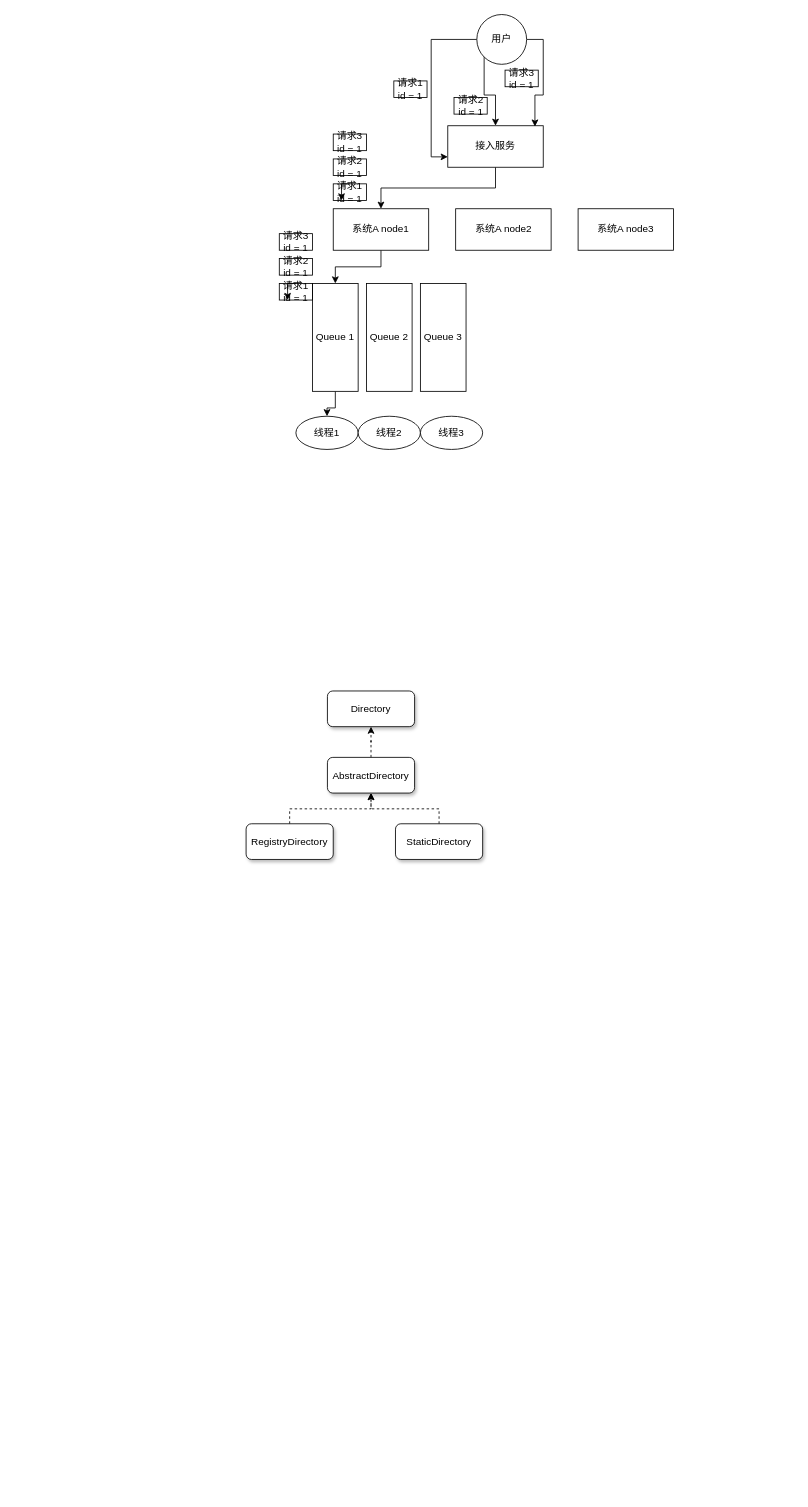
This is 面试题/drawio/dubbo面试题.drawio from codekeeperjava/Tech, a draw.io file, before an edit. Source tidied: cells renumbered, new cells numbered last; positions are measured from the earlier drawing's top-left corner, leaving out a move shared by most shapes. Both pictures are drawn from the tidied source at 83%, with x=0, y=0 at pixel (246, 14).
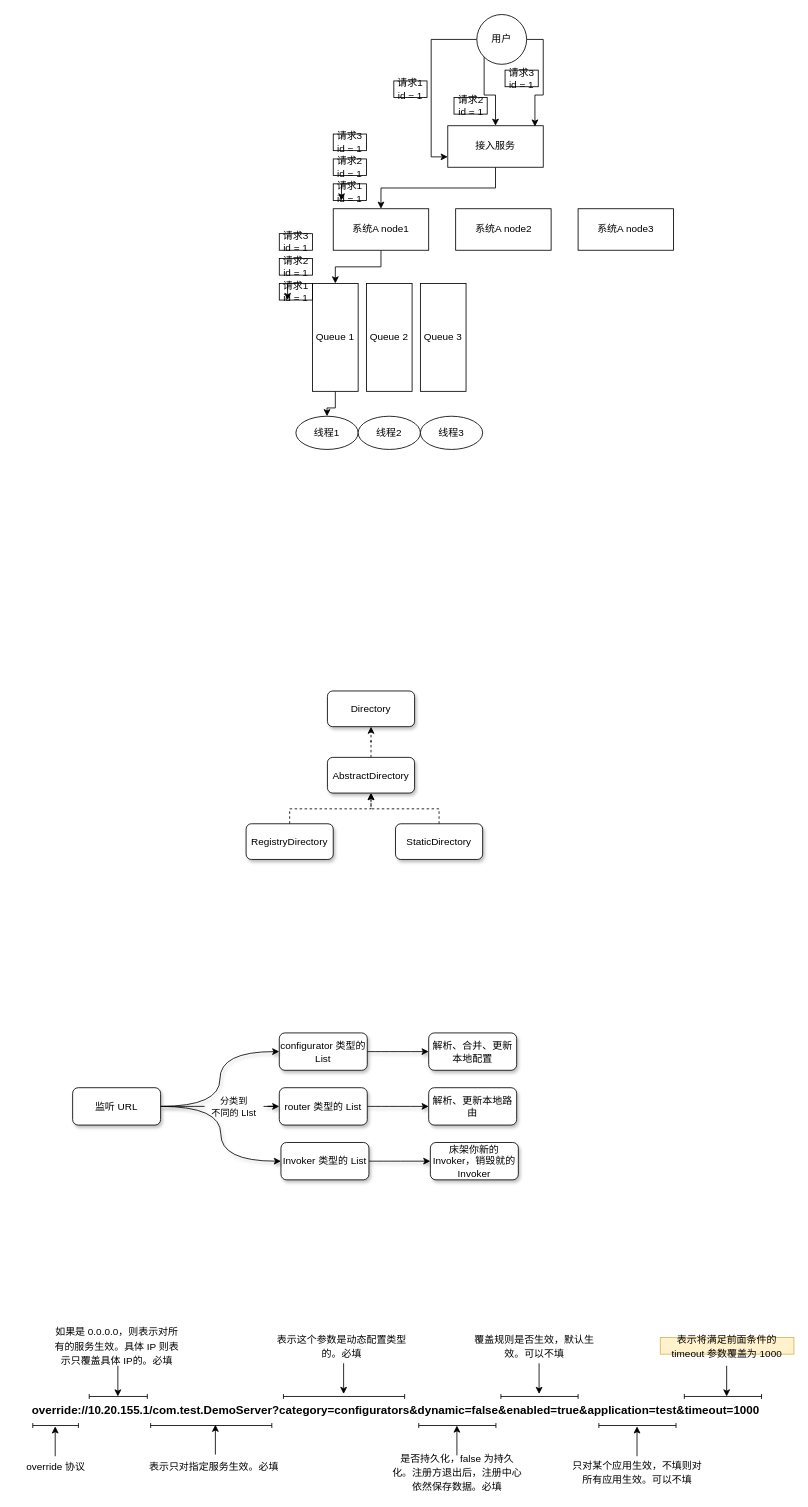
Above is the later version.

The edit, as a diff of the source:
```diff
@@
+    <mxCell id="37" style="edgeStyle=orthogonalEdgeStyle;curved=1;rounded=0;jettySize=auto;html=1;exitX=1;exitY=0.5;exitDx=0;exitDy=0;endArrow=classic;endFill=1;shadow=1;" parent="1" edge="1" source="38" target="49">
+      <mxGeometry relative="1" as="geometry" />
+    </mxCell>
+    <mxCell id="38" value="configurator 类型的 List" style="rounded=1;whiteSpace=wrap;html=1;shadow=1;" parent="1" vertex="1">
+      <mxGeometry x="40" y="1227" width="106" height="45" as="geometry" />
+    </mxCell>
+    <mxCell id="39" style="edgeStyle=orthogonalEdgeStyle;curved=1;rounded=0;jettySize=auto;html=1;exitX=1;exitY=0.5;exitDx=0;exitDy=0;endArrow=classic;endFill=1;shadow=1;" parent="1" edge="1" source="40" target="50">
+      <mxGeometry relative="1" as="geometry" />
+    </mxCell>
+    <mxCell id="40" value="router 类型的 List" style="rounded=1;whiteSpace=wrap;html=1;shadow=1;" parent="1" vertex="1">
+      <mxGeometry x="40" y="1293" width="106" height="45" as="geometry" />
+    </mxCell>
+    <mxCell id="41" style="edgeStyle=orthogonalEdgeStyle;curved=1;rounded=0;jettySize=auto;html=1;exitX=1;exitY=0.5;exitDx=0;exitDy=0;endArrow=classic;endFill=1;shadow=1;" parent="1" edge="1" source="42" target="51">
+      <mxGeometry relative="1" as="geometry" />
+    </mxCell>
+    <mxCell id="42" value="Invoker 类型的 List" style="rounded=1;whiteSpace=wrap;html=1;shadow=1;" parent="1" vertex="1">
+      <mxGeometry x="42" y="1359" width="106" height="45" as="geometry" />
+    </mxCell>
+    <mxCell id="43" style="edgeStyle=orthogonalEdgeStyle;rounded=0;jettySize=auto;html=1;exitX=1;exitY=0.5;exitDx=0;exitDy=0;entryX=0;entryY=0.5;entryDx=0;entryDy=0;elbow=vertical;curved=1;shadow=1;" parent="1" edge="1" source="46" target="38">
+      <mxGeometry relative="1" as="geometry" />
+    </mxCell>
+    <mxCell id="44" style="edgeStyle=orthogonalEdgeStyle;rounded=0;jettySize=auto;html=1;exitX=1;exitY=0.5;exitDx=0;exitDy=0;entryX=0;entryY=0.5;entryDx=0;entryDy=0;elbow=vertical;curved=1;shadow=1;" parent="1" edge="1" source="46" target="42">
+      <mxGeometry relative="1" as="geometry" />
+    </mxCell>
+    <mxCell id="45" style="edgeStyle=orthogonalEdgeStyle;curved=1;rounded=0;jettySize=auto;html=1;exitX=1;exitY=0.5;exitDx=0;exitDy=0;shadow=1;" parent="1" edge="1" source="47" target="40">
+      <mxGeometry relative="1" as="geometry" />
+    </mxCell>
+    <mxCell id="46" value="监听 URL" style="rounded=1;whiteSpace=wrap;html=1;shadow=1;" parent="1" vertex="1">
+      <mxGeometry x="-209" y="1293" width="106" height="45" as="geometry" />
+    </mxCell>
+    <mxCell id="47" value="&lt;span style=&quot;font-size: 11px&quot;&gt;分类到&lt;/span&gt;&lt;br style=&quot;font-size: 11px&quot;&gt;&lt;span style=&quot;font-size: 11px&quot;&gt;不同的 LIst&lt;/span&gt;" style="text;html=1;strokeColor=none;fillColor=none;align=center;verticalAlign=middle;whiteSpace=wrap;rounded=0;shadow=1;" parent="1" vertex="1">
+      <mxGeometry x="-50" y="1305.5" width="71" height="20" as="geometry" />
+    </mxCell>
+    <mxCell id="48" style="edgeStyle=orthogonalEdgeStyle;curved=1;rounded=0;jettySize=auto;html=1;exitX=1;exitY=0.5;exitDx=0;exitDy=0;endArrow=none;endFill=0;shadow=1;" parent="1" edge="1" source="46" target="47">
+      <mxGeometry relative="1" as="geometry" />
+    </mxCell>
+    <mxCell id="49" value="解析、合并、更新本地配置" style="rounded=1;whiteSpace=wrap;html=1;shadow=1;" parent="1" vertex="1">
+      <mxGeometry x="220" y="1227" width="106" height="45" as="geometry" />
+    </mxCell>
+    <mxCell id="50" value="解析、更新本地路由" style="rounded=1;whiteSpace=wrap;html=1;shadow=1;" parent="1" vertex="1">
+      <mxGeometry x="220" y="1293" width="106" height="45" as="geometry" />
+    </mxCell>
+    <mxCell id="51" value="床架你新的 Invoker，销毁就的 Invoker" style="rounded=1;whiteSpace=wrap;html=1;shadow=1;" parent="1" vertex="1">
+      <mxGeometry x="222" y="1359" width="106" height="45" as="geometry" />
+    </mxCell>
+    <mxCell id="52" value="override://10.20.155.1/com.test.DemoServer?category=configurators&amp;amp;dynamic=false&amp;amp;enabled=true&amp;amp;application=test&amp;amp;timeout=1000" style="text;html=1;strokeColor=none;fillColor=none;align=center;verticalAlign=middle;whiteSpace=wrap;rounded=0;shadow=1;fontSize=14;fontStyle=1;" parent="1" vertex="1">
+      <mxGeometry x="-275" y="1672" width="911" height="20" as="geometry" />
+    </mxCell>
+    <mxCell id="53" style="shape=crossbar;whiteSpace=wrap;html=1;rounded=1;shadow=0;fontSize=14;" parent="1" vertex="1">
+      <mxGeometry x="-257" y="1697" width="55" height="6" as="geometry" />
+    </mxCell>
+    <mxCell id="54" style="shape=crossbar;whiteSpace=wrap;html=1;rounded=1;shadow=0;fontSize=14;" parent="1" vertex="1">
+      <mxGeometry x="-189" y="1662" width="70" height="6" as="geometry" />
+    </mxCell>
+    <mxCell id="55" style="shape=crossbar;whiteSpace=wrap;html=1;rounded=1;shadow=0;fontSize=14;" parent="1" vertex="1">
+      <mxGeometry x="-115" y="1697" width="146" height="6" as="geometry" />
+    </mxCell>
+    <mxCell id="56" style="shape=crossbar;whiteSpace=wrap;html=1;rounded=1;shadow=0;fontSize=14;" parent="1" vertex="1">
+      <mxGeometry x="45" y="1662" width="146" height="6" as="geometry" />
+    </mxCell>
+    <mxCell id="57" style="shape=crossbar;whiteSpace=wrap;html=1;rounded=1;shadow=0;fontSize=14;" parent="1" vertex="1">
+      <mxGeometry x="208" y="1697" width="93" height="6" as="geometry" />
+    </mxCell>
+    <mxCell id="58" style="shape=crossbar;whiteSpace=wrap;html=1;rounded=1;shadow=0;fontSize=14;" parent="1" vertex="1">
+      <mxGeometry x="307" y="1662" width="93" height="6" as="geometry" />
+    </mxCell>
+    <mxCell id="59" style="shape=crossbar;whiteSpace=wrap;html=1;rounded=1;shadow=0;fontSize=14;" parent="1" vertex="1">
+      <mxGeometry x="425" y="1697" width="93" height="6" as="geometry" />
+    </mxCell>
+    <mxCell id="60" style="shape=crossbar;whiteSpace=wrap;html=1;rounded=1;shadow=0;fontSize=14;" parent="1" vertex="1">
+      <mxGeometry x="528" y="1662" width="93" height="6" as="geometry" />
+    </mxCell>
+    <mxCell id="61" style="endArrow=classic;html=1;shadow=0;fontSize=14;" parent="1" edge="1">
+      <mxGeometry relative="1" as="geometry">
+        <mxPoint x="-230" y="1737" as="sourcePoint" />
+        <mxPoint x="-230" y="1701" as="targetPoint" />
+      </mxGeometry>
+    </mxCell>
+    <mxCell id="62" style="endArrow=classic;html=1;shadow=0;fontSize=14;" parent="1" edge="1">
+      <mxGeometry relative="1" as="geometry">
+        <mxPoint x="-37" y="1735" as="sourcePoint" />
+        <mxPoint x="-37" y="1699" as="targetPoint" />
+      </mxGeometry>
+    </mxCell>
+    <mxCell id="63" style="endArrow=classic;html=1;shadow=0;fontSize=14;" parent="1" edge="1">
+      <mxGeometry relative="1" as="geometry">
+        <mxPoint x="254" y="1736" as="sourcePoint" />
+        <mxPoint x="254" y="1700" as="targetPoint" />
+      </mxGeometry>
+    </mxCell>
+    <mxCell id="64" style="endArrow=classic;html=1;shadow=0;fontSize=14;" parent="1" edge="1">
+      <mxGeometry relative="1" as="geometry">
+        <mxPoint x="471" y="1737" as="sourcePoint" />
+        <mxPoint x="471" y="1701" as="targetPoint" />
+      </mxGeometry>
+    </mxCell>
+    <mxCell id="65" style="endArrow=classic;html=1;shadow=0;fontSize=14;" parent="1" edge="1">
+      <mxGeometry relative="1" as="geometry">
+        <mxPoint x="579" y="1628" as="sourcePoint" />
+        <mxPoint x="579" y="1665" as="targetPoint" />
+      </mxGeometry>
+    </mxCell>
+    <mxCell id="66" style="endArrow=classic;html=1;shadow=0;fontSize=14;" parent="1" edge="1">
+      <mxGeometry relative="1" as="geometry">
+        <mxPoint x="353" y="1625" as="sourcePoint" />
+        <mxPoint x="353" y="1662" as="targetPoint" />
+      </mxGeometry>
+    </mxCell>
+    <mxCell id="67" style="endArrow=classic;html=1;shadow=0;fontSize=14;" parent="1" edge="1">
+      <mxGeometry relative="1" as="geometry">
+        <mxPoint x="117.5" y="1625" as="sourcePoint" />
+        <mxPoint x="117.5" y="1662" as="targetPoint" />
+      </mxGeometry>
+    </mxCell>
+    <mxCell id="68" style="endArrow=classic;html=1;shadow=0;fontSize=14;" parent="1" edge="1">
+      <mxGeometry relative="1" as="geometry">
+        <mxPoint x="-154.5" y="1628" as="sourcePoint" />
+        <mxPoint x="-154.5" y="1665" as="targetPoint" />
+      </mxGeometry>
+    </mxCell>
+    <mxCell id="69" value="&lt;font style=&quot;font-size: 12px&quot;&gt;override 协议&lt;br&gt;&lt;/font&gt;" style="text;html=1;strokeColor=none;fillColor=none;align=center;verticalAlign=middle;whiteSpace=wrap;rounded=0;shadow=0;fontSize=14;" parent="1" vertex="1">
+      <mxGeometry x="-270.5" y="1739" width="82" height="20" as="geometry" />
+    </mxCell>
+    <mxCell id="70" value="&lt;font style=&quot;font-size: 12px&quot;&gt;表示只对指定服务生效。必填&lt;br&gt;&lt;/font&gt;" style="text;html=1;strokeColor=none;fillColor=none;align=center;verticalAlign=middle;whiteSpace=wrap;rounded=0;shadow=0;fontSize=14;" parent="1" vertex="1">
+      <mxGeometry x="-119" y="1739" width="161" height="20" as="geometry" />
+    </mxCell>
+    <mxCell id="71" value="&lt;font style=&quot;font-size: 12px&quot;&gt;是否持久化，false 为持久化。注册方退出后，注册中心依然保存数据。必填&lt;br&gt;&lt;/font&gt;" style="text;html=1;strokeColor=none;fillColor=none;align=center;verticalAlign=middle;whiteSpace=wrap;rounded=0;shadow=0;fontSize=14;" parent="1" vertex="1">
+      <mxGeometry x="174" y="1746" width="161" height="20" as="geometry" />
+    </mxCell>
+    <mxCell id="72" value="&lt;font style=&quot;font-size: 12px&quot;&gt;只对某个应用生效，不填则对所有应用生效。可以不填&lt;br&gt;&lt;/font&gt;" style="text;html=1;strokeColor=none;fillColor=none;align=center;verticalAlign=middle;whiteSpace=wrap;rounded=0;shadow=0;fontSize=14;" parent="1" vertex="1">
+      <mxGeometry x="391" y="1746" width="161" height="20" as="geometry" />
+    </mxCell>
+    <mxCell id="73" value="&lt;font style=&quot;font-size: 12px&quot;&gt;如果是 0.0.0.0，则表示对所有的服务生效。具体 IP 则表示只覆盖具体 IP的。必填&lt;br&gt;&lt;/font&gt;" style="text;html=1;strokeColor=none;fillColor=none;align=center;verticalAlign=middle;whiteSpace=wrap;rounded=0;shadow=0;fontSize=14;" parent="1" vertex="1">
+      <mxGeometry x="-236.5" y="1594" width="161" height="20" as="geometry" />
+    </mxCell>
+    <mxCell id="74" value="&lt;font style=&quot;font-size: 12px&quot;&gt;表示这个参数是动态配置类型的。必填&lt;br&gt;&lt;/font&gt;" style="text;html=1;strokeColor=none;fillColor=none;align=center;verticalAlign=middle;whiteSpace=wrap;rounded=0;shadow=0;fontSize=14;" parent="1" vertex="1">
+      <mxGeometry x="35" y="1594" width="161" height="20" as="geometry" />
+    </mxCell>
+    <mxCell id="75" value="&lt;font style=&quot;font-size: 12px&quot;&gt;覆盖规则是否生效，默认生效。可以不填&lt;br&gt;&lt;/font&gt;" style="text;html=1;strokeColor=none;fillColor=none;align=center;verticalAlign=middle;whiteSpace=wrap;rounded=0;shadow=0;fontSize=14;" parent="1" vertex="1">
+      <mxGeometry x="267" y="1594" width="161" height="20" as="geometry" />
+    </mxCell>
+    <mxCell id="76" value="&lt;font style=&quot;font-size: 12px&quot;&gt;表示将满足前面条件的 timeout 参数覆盖为 1000&lt;br&gt;&lt;/font&gt;" style="text;html=1;strokeColor=#d6b656;fillColor=#fff2cc;align=center;verticalAlign=middle;whiteSpace=wrap;rounded=0;shadow=0;fontSize=14;" parent="1" vertex="1">
+      <mxGeometry x="499" y="1594" width="161" height="20" as="geometry" />
+    </mxCell>
```
